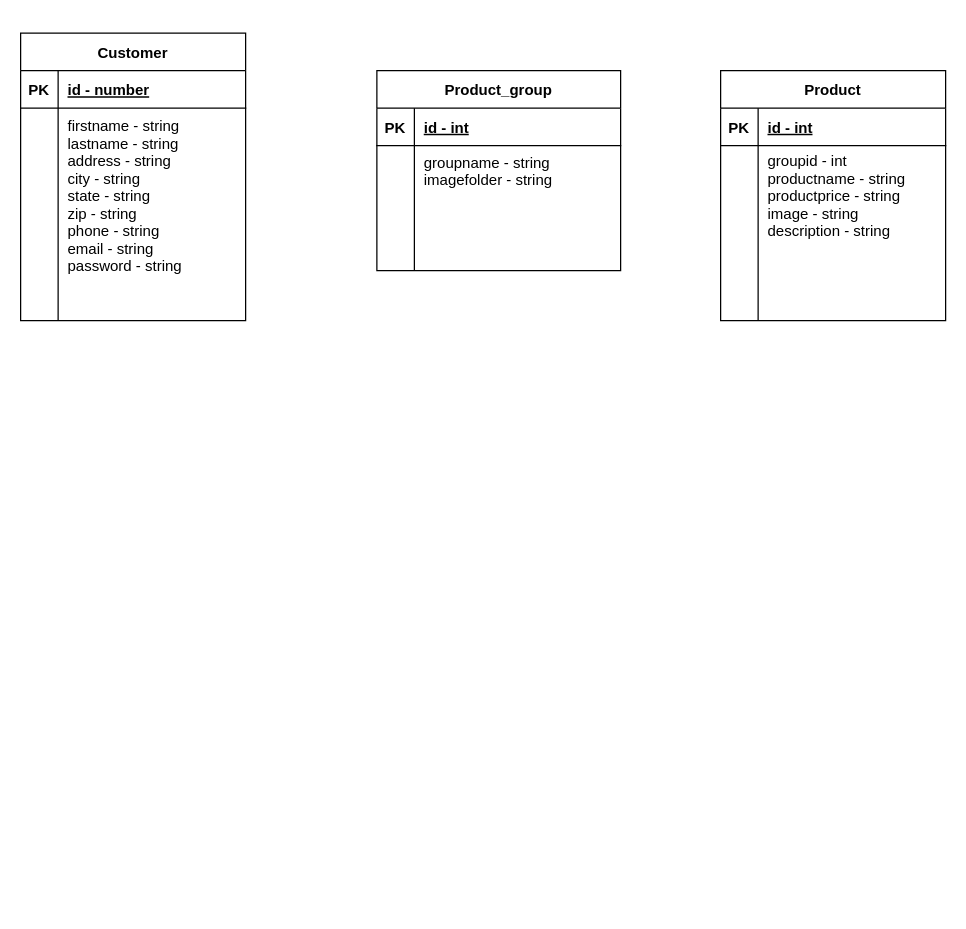
Above: assignment_6.drawio in emerypo/erd_diagram_jgraph (draw.io), before the change. Source tidied: cells renumbered, new cells numbered last; positions are measured from the earlier drawing's top-left corner, leaving out a move shared by most shapes. Both pictures are drawn from the tidied source at 125%, with x=0, y=0 at pixel (20, 32).
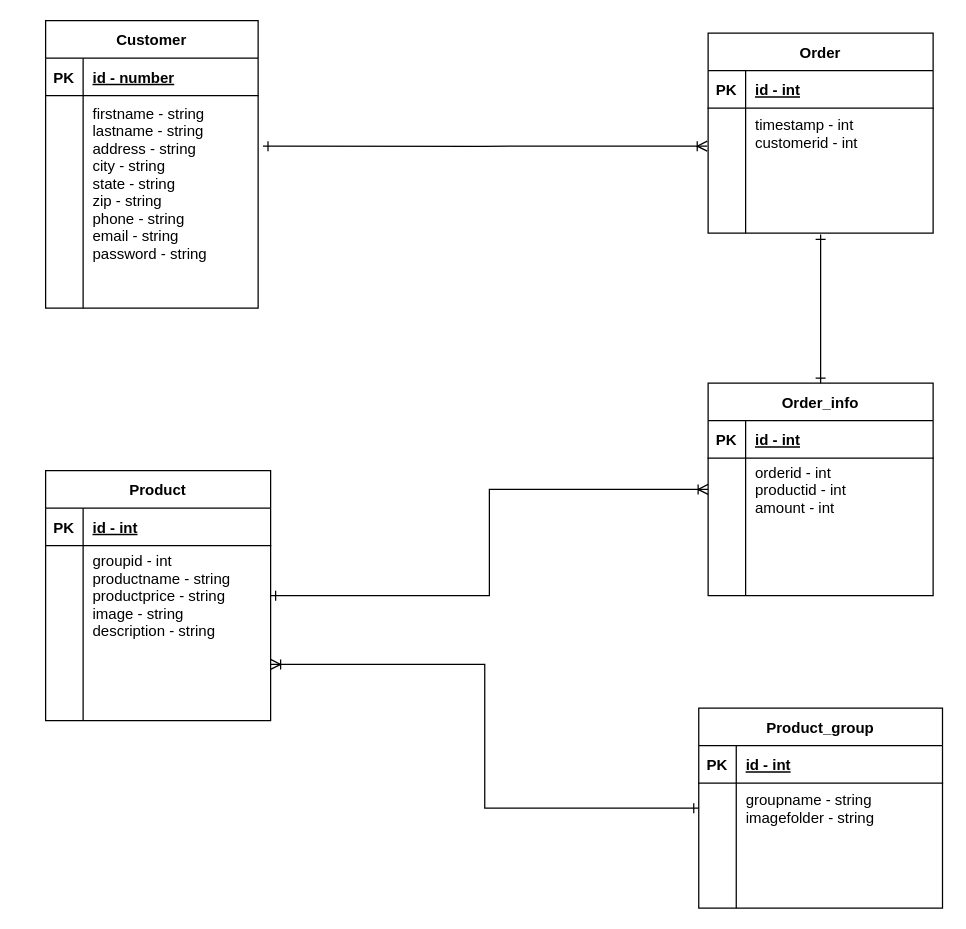
Above is the later version.

The change refers to these unchanged cells:
```xml
<mxCell id="16" style="shape=partialRectangle;fillColor=none;top=0;left=0;bottom=0;right=0;points=[[0,0.5],[1,0.5]];portConstraint=eastwest;" parent="12" vertex="1">
  <mxGeometry y="60" width="195" height="40" as="geometry" />
</mxCell>
<mxCell id="29" style="shape=partialRectangle;fillColor=none;top=0;left=0;bottom=0;right=0;points=[[0,0.5],[1,0.5]];portConstraint=eastwest;" parent="25" vertex="1">
  <mxGeometry y="60" width="180" height="80" as="geometry" />
</mxCell>
<mxCell id="32" style="shape=partialRectangle;fillColor=none;top=0;left=0;bottom=0;right=0;points=[[0,0.5],[1,0.5]];portConstraint=eastwest;" parent="25" vertex="1">
  <mxGeometry y="140" width="180" height="30" as="geometry" />
</mxCell>
```

Diff of the diagram source:
```diff
@@
     <mxCell id="2" value="Customer" style="shape=table;startSize=30;childLayout=tableLayout;rowLines=0;fontStyle=1;align=center;" parent="1" vertex="1">
-      <mxGeometry width="180" height="230" as="geometry" />
+      <mxGeometry x="20" y="-10" width="170" height="230" as="geometry" />
     </mxCell>
     <mxCell id="3" style="shape=partialRectangle;fillColor=none;top=0;left=0;bottom=1;right=0;" parent="2" vertex="1">
-      <mxGeometry y="30" width="180" height="30" as="geometry" />
+      <mxGeometry y="30" width="170" height="30" as="geometry" />
     </mxCell>
@@
     <mxCell id="5" value="id - number" style="shape=partialRectangle;fillColor=none;top=0;left=0;bottom=0;right=0;align=left;spacingLeft=6;fontStyle=5;overflow=hidden;" parent="3" vertex="1">
-      <mxGeometry x="30" width="150" height="30" as="geometry" />
+      <mxGeometry x="30" width="140" height="30" as="geometry" />
     </mxCell>
     <mxCell id="6" style="shape=partialRectangle;fillColor=none;top=0;left=0;bottom=0;right=0;points=[[0,0.5],[1,0.5]];portConstraint=eastwest;" parent="2" vertex="1">
-      <mxGeometry y="60" width="180" height="140" as="geometry" />
+      <mxGeometry y="60" width="170" height="140" as="geometry" />
     </mxCell>
@@
     <mxCell id="8" value="firstname - string&#10;lastname - string&#10;address - string&#10;city - string&#10;state - string&#10;zip - string&#10;phone - string&#10;email - string&#10;password - string " style="shape=partialRectangle;fillColor=none;top=0;left=0;bottom=0;right=0;align=left;spacingLeft=6;overflow=hidden;fontSize=12;" parent="6" vertex="1">
-      <mxGeometry x="30" width="150" height="140" as="geometry" />
+      <mxGeometry x="30" width="140" height="140" as="geometry" />
     </mxCell>
     <mxCell id="9" style="shape=partialRectangle;fillColor=none;top=0;left=0;bottom=0;right=0;" parent="2" vertex="1">
-      <mxGeometry y="200" width="180" height="30" as="geometry" />
+      <mxGeometry y="200" width="170" height="30" as="geometry" />
     </mxCell>
@@
     <mxCell id="11" style="shape=partialRectangle;fillColor=none;top=0;left=0;bottom=0;right=0;align=left;spacingLeft=6;overflow=hidden;" parent="9" vertex="1">
-      <mxGeometry x="30" width="150" height="30" as="geometry" />
+      <mxGeometry x="30" width="140" height="30" as="geometry" />
     </mxCell>
     <mxCell id="12" value="Product_group" style="shape=table;startSize=30;childLayout=tableLayout;rowLines=0;fontStyle=1;align=center;fontSize=12;" parent="1" vertex="1">
-      <mxGeometry x="285" y="30" width="195" height="160" as="geometry" />
+      <mxGeometry x="542.5" y="540" width="195" height="160" as="geometry" />
     </mxCell>
@@
     <mxCell id="25" value="Product" style="shape=table;startSize=30;childLayout=tableLayout;rowLines=0;fontStyle=1;align=center;fontSize=12;" parent="1" vertex="1">
-      <mxGeometry x="560" y="30" width="180" height="200" as="geometry" />
+      <mxGeometry x="20" y="350" width="180" height="200" as="geometry" />
     </mxCell>
@@
+    <mxCell id="38" value="Order" style="shape=table;startSize=30;childLayout=tableLayout;rowLines=0;fontStyle=1;align=center;fontSize=12;" parent="1" vertex="1">
+      <mxGeometry x="550" width="180" height="160" as="geometry" />
+    </mxCell>
+    <mxCell id="39" style="shape=partialRectangle;fillColor=none;top=0;left=0;bottom=1;right=0;" parent="38" vertex="1">
+      <mxGeometry y="30" width="180" height="30" as="geometry" />
+    </mxCell>
+    <mxCell id="40" value="PK" style="shape=partialRectangle;fillColor=none;top=0;left=0;bottom=0;right=0;fontStyle=1;overflow=hidden;" parent="39" vertex="1">
+      <mxGeometry width="30" height="30" as="geometry" />
+    </mxCell>
+    <mxCell id="41" value="id - int" style="shape=partialRectangle;fillColor=none;top=0;left=0;bottom=0;right=0;align=left;spacingLeft=6;fontStyle=5;overflow=hidden;" parent="39" vertex="1">
+      <mxGeometry x="30" width="150" height="30" as="geometry" />
+    </mxCell>
+    <mxCell id="42" style="shape=partialRectangle;fillColor=none;top=0;left=0;bottom=0;right=0;points=[[0,0.5],[1,0.5]];portConstraint=eastwest;" parent="38" vertex="1">
+      <mxGeometry y="60" width="180" height="40" as="geometry" />
+    </mxCell>
+    <mxCell id="43" style="shape=partialRectangle;fillColor=none;top=0;left=0;bottom=0;right=0;overflow=hidden;" parent="42" vertex="1">
+      <mxGeometry width="30" height="40" as="geometry" />
+    </mxCell>
+    <mxCell id="44" value="timestamp - int&#10;customerid - int" style="shape=partialRectangle;fillColor=none;top=0;left=0;bottom=0;right=0;align=left;spacingLeft=6;overflow=hidden;" parent="42" vertex="1">
+      <mxGeometry x="30" width="150" height="40" as="geometry" />
+    </mxCell>
+    <mxCell id="45" style="shape=partialRectangle;fillColor=none;top=0;left=0;bottom=0;right=0;" parent="38" vertex="1">
+      <mxGeometry y="100" width="180" height="30" as="geometry" />
+    </mxCell>
+    <mxCell id="46" style="shape=partialRectangle;fillColor=none;top=0;left=0;bottom=0;right=0;overflow=hidden;" parent="45" vertex="1">
+      <mxGeometry width="30" height="30" as="geometry" />
+    </mxCell>
+    <mxCell id="47" style="shape=partialRectangle;fillColor=none;top=0;left=0;bottom=0;right=0;align=left;spacingLeft=6;overflow=hidden;" parent="45" vertex="1">
+      <mxGeometry x="30" width="150" height="30" as="geometry" />
+    </mxCell>
+    <mxCell id="48" style="shape=partialRectangle;fillColor=none;top=0;left=0;bottom=0;right=0;" parent="38" vertex="1">
+      <mxGeometry y="130" width="180" height="30" as="geometry" />
+    </mxCell>
+    <mxCell id="49" style="shape=partialRectangle;fillColor=none;top=0;left=0;bottom=0;right=0;overflow=hidden;" parent="48" vertex="1">
+      <mxGeometry width="30" height="30" as="geometry" />
+    </mxCell>
+    <mxCell id="50" style="shape=partialRectangle;fillColor=none;top=0;left=0;bottom=0;right=0;align=left;spacingLeft=6;overflow=hidden;" parent="48" vertex="1">
+      <mxGeometry x="30" width="150" height="30" as="geometry" />
+    </mxCell>
+    <mxCell id="51" value="Order_info" style="shape=table;startSize=30;childLayout=tableLayout;rowLines=0;fontStyle=1;align=center;fontSize=12;" parent="1" vertex="1">
+      <mxGeometry x="550" y="280" width="180" height="170" as="geometry" />
+    </mxCell>
+    <mxCell id="52" style="shape=partialRectangle;fillColor=none;top=0;left=0;bottom=1;right=0;" parent="51" vertex="1">
+      <mxGeometry y="30" width="180" height="30" as="geometry" />
+    </mxCell>
+    <mxCell id="53" value="PK" style="shape=partialRectangle;fillColor=none;top=0;left=0;bottom=0;right=0;fontStyle=1;overflow=hidden;" parent="52" vertex="1">
+      <mxGeometry width="30" height="30" as="geometry" />
+    </mxCell>
+    <mxCell id="54" value="id - int" style="shape=partialRectangle;fillColor=none;top=0;left=0;bottom=0;right=0;align=left;spacingLeft=6;fontStyle=5;overflow=hidden;" parent="52" vertex="1">
+      <mxGeometry x="30" width="150" height="30" as="geometry" />
+    </mxCell>
+    <mxCell id="55" style="shape=partialRectangle;fillColor=none;top=0;left=0;bottom=0;right=0;points=[[0,0.5],[1,0.5]];portConstraint=eastwest;" parent="51" vertex="1">
+      <mxGeometry y="60" width="180" height="50" as="geometry" />
+    </mxCell>
+    <mxCell id="56" style="shape=partialRectangle;fillColor=none;top=0;left=0;bottom=0;right=0;overflow=hidden;" parent="55" vertex="1">
+      <mxGeometry width="30" height="50" as="geometry" />
+    </mxCell>
+    <mxCell id="57" value="orderid - int&#10;productid - int&#10;amount - int" style="shape=partialRectangle;fillColor=none;top=0;left=0;bottom=0;right=0;align=left;spacingLeft=6;overflow=hidden;" parent="55" vertex="1">
+      <mxGeometry x="30" width="150" height="50" as="geometry" />
+    </mxCell>
+    <mxCell id="58" style="shape=partialRectangle;fillColor=none;top=0;left=0;bottom=0;right=0;" parent="51" vertex="1">
+      <mxGeometry y="110" width="180" height="30" as="geometry" />
+    </mxCell>
+    <mxCell id="59" style="shape=partialRectangle;fillColor=none;top=0;left=0;bottom=0;right=0;overflow=hidden;" parent="58" vertex="1">
+      <mxGeometry width="30" height="30" as="geometry" />
+    </mxCell>
+    <mxCell id="60" style="shape=partialRectangle;fillColor=none;top=0;left=0;bottom=0;right=0;align=left;spacingLeft=6;overflow=hidden;" parent="58" vertex="1">
+      <mxGeometry x="30" width="150" height="30" as="geometry" />
+    </mxCell>
+    <mxCell id="61" style="shape=partialRectangle;fillColor=none;top=0;left=0;bottom=0;right=0;" parent="51" vertex="1">
+      <mxGeometry y="140" width="180" height="30" as="geometry" />
+    </mxCell>
+    <mxCell id="62" style="shape=partialRectangle;fillColor=none;top=0;left=0;bottom=0;right=0;overflow=hidden;" parent="61" vertex="1">
+      <mxGeometry width="30" height="30" as="geometry" />
+    </mxCell>
+    <mxCell id="63" style="shape=partialRectangle;fillColor=none;top=0;left=0;bottom=0;right=0;align=left;spacingLeft=6;overflow=hidden;" parent="61" vertex="1">
+      <mxGeometry x="30" width="150" height="30" as="geometry" />
+    </mxCell>
+    <mxCell id="64" style="edgeStyle=orthogonalEdgeStyle;rounded=0;jettySize=auto;html=1;entryX=-0.004;entryY=0.761;entryDx=0;entryDy=0;entryPerimeter=0;startArrow=ERone;startFill=0;endArrow=ERoneToMany;endFill=0;fontSize=12;exitX=1.023;exitY=0.289;exitDx=0;exitDy=0;exitPerimeter=0;" parent="1" edge="1" source="6" target="42">
+      <mxGeometry relative="1" as="geometry" />
+    </mxCell>
+    <mxCell id="65" style="edgeStyle=orthogonalEdgeStyle;rounded=0;jettySize=auto;html=1;startArrow=ERone;startFill=0;endArrow=ERone;endFill=0;fontSize=12;exitX=0.5;exitY=0;exitDx=0;exitDy=0;" parent="1" edge="1" source="51">
+      <mxGeometry relative="1" as="geometry">
+        <mxPoint x="640" y="161" as="targetPoint" />
+      </mxGeometry>
+    </mxCell>
+    <mxCell id="66" style="edgeStyle=orthogonalEdgeStyle;rounded=0;jettySize=auto;html=1;exitX=1;exitY=0.5;exitDx=0;exitDy=0;entryX=0;entryY=0.5;entryDx=0;entryDy=0;startArrow=ERone;startFill=0;endArrow=ERoneToMany;endFill=0;fontSize=12;" parent="1" edge="1" source="29" target="55">
+      <mxGeometry relative="1" as="geometry" />
+    </mxCell>
+    <mxCell id="67" style="edgeStyle=orthogonalEdgeStyle;rounded=0;jettySize=auto;html=1;exitX=0;exitY=0.5;exitDx=0;exitDy=0;entryX=1;entryY=0.5;entryDx=0;entryDy=0;startArrow=ERone;startFill=0;endArrow=ERoneToMany;endFill=0;fontSize=12;" parent="1" edge="1" source="16" target="32">
+      <mxGeometry relative="1" as="geometry" />
+    </mxCell>
```
